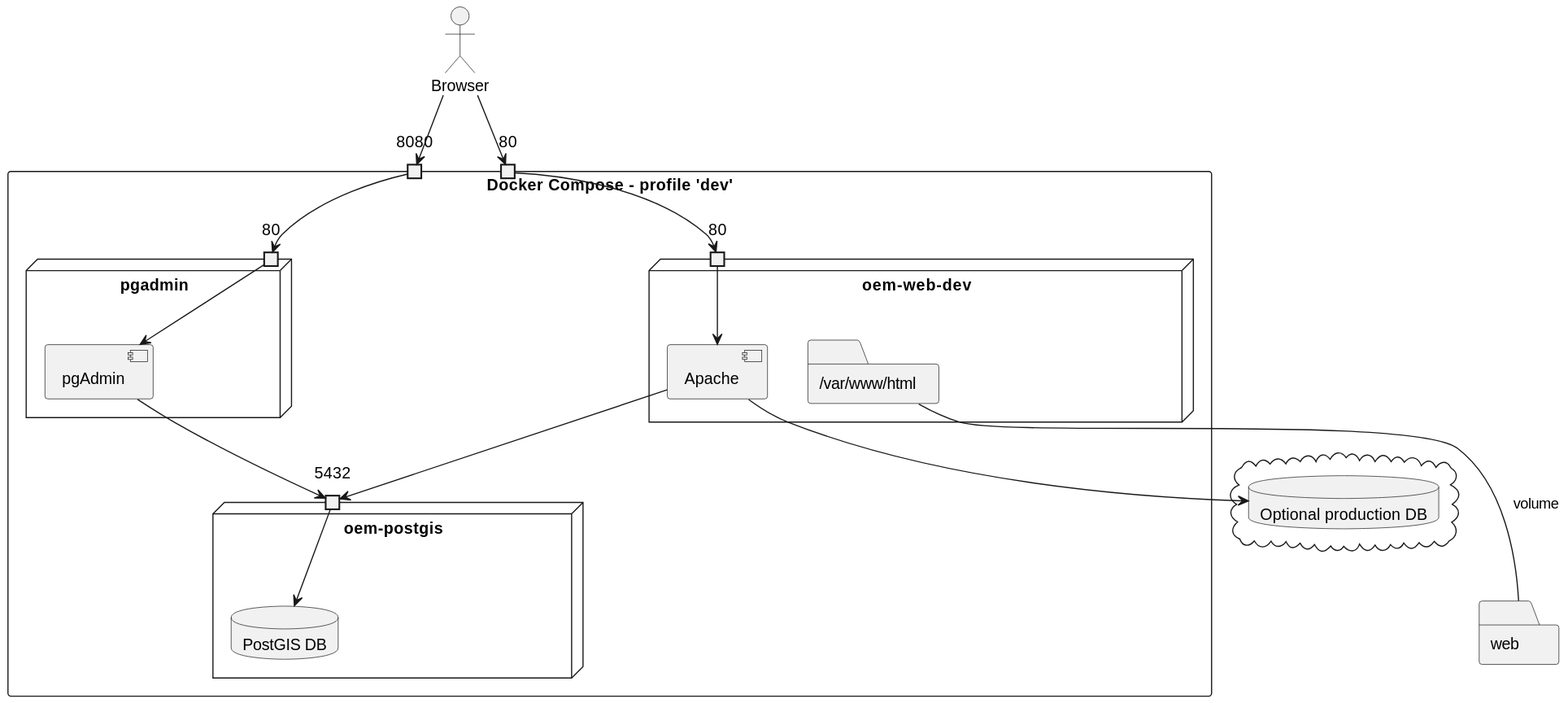
Earlier version of the PlantUML export images/dev_deployment.svg (Danysan1/osm-wikidata-map-framework).
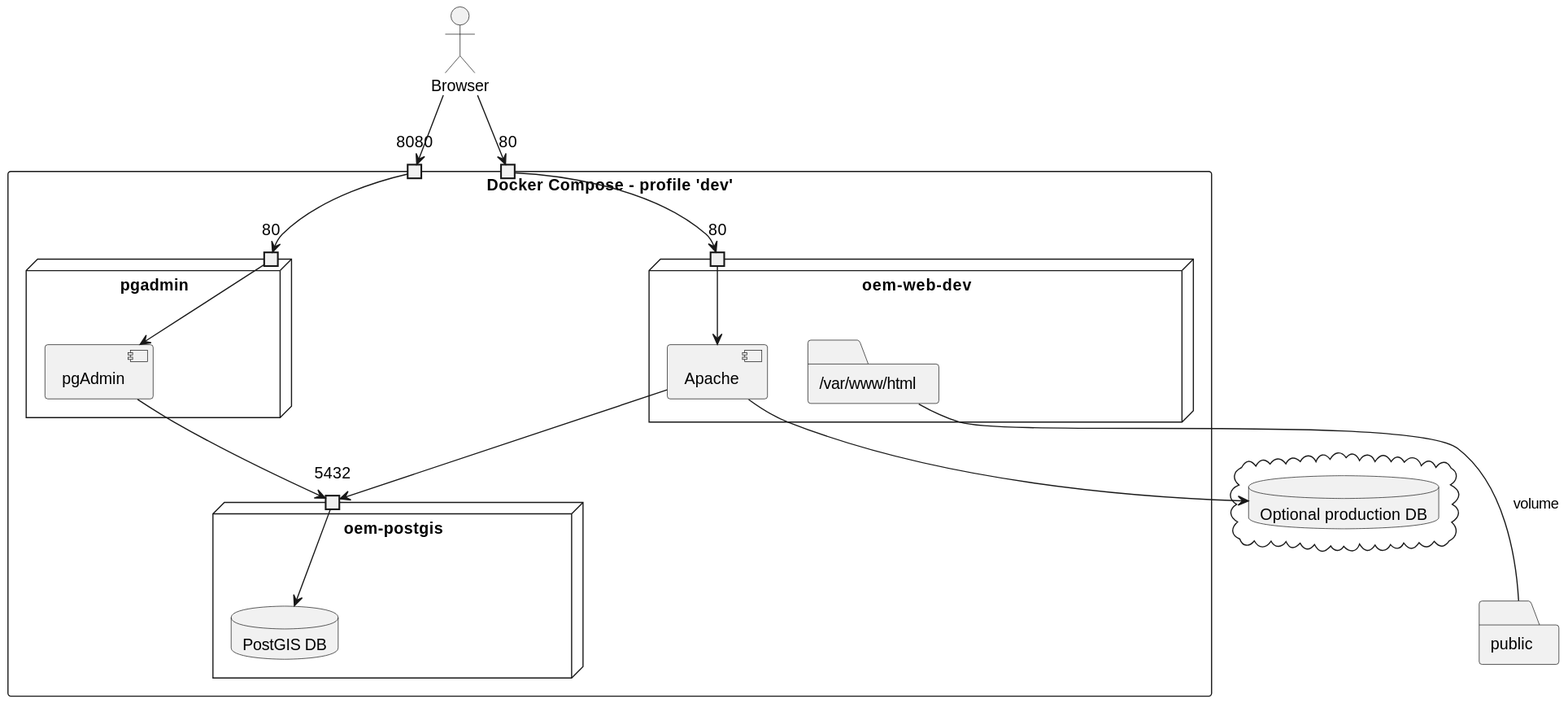
The same file after the commit.

The edit, as a diff of the source:
```diff
@@ -22,7 +22,7 @@
 cloud {
   database "Optional production DB" as extDB
 }
-folder "web" as webLoc
+folder "public" as webLoc
 
 webRem --- webLoc : volume
 
```
